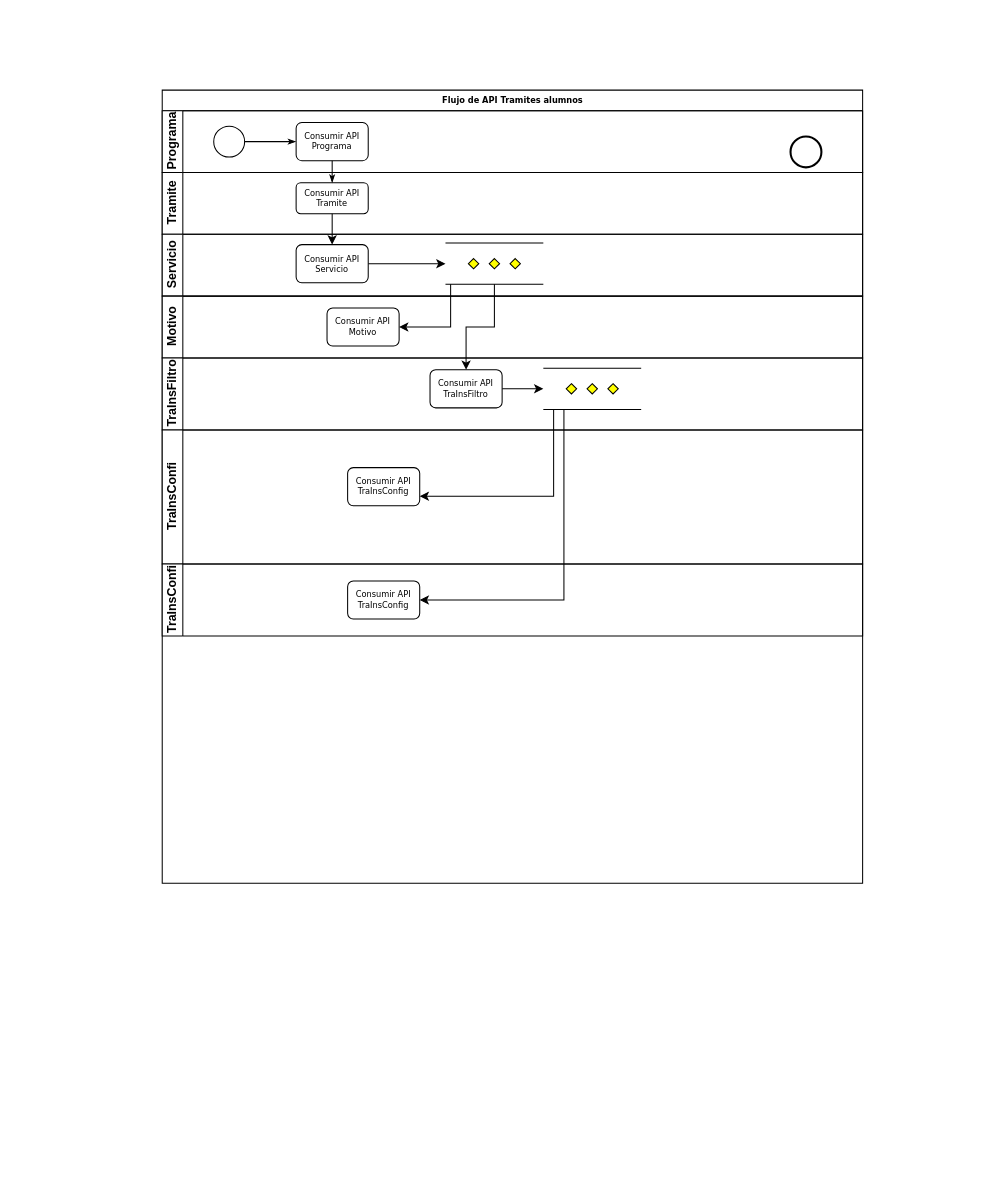
Before: Tramites/Diagrama sin título.drawio in JairGRC/UCV, a draw.io diagram. Source tidied: cells renumbered, new cells numbered last; positions are measured from the earlier drawing's top-left corner, leaving out a move shared by most shapes. Both pictures are drawn from the tidied source at 103%, with x=0, y=0 at pixel (162, 90).
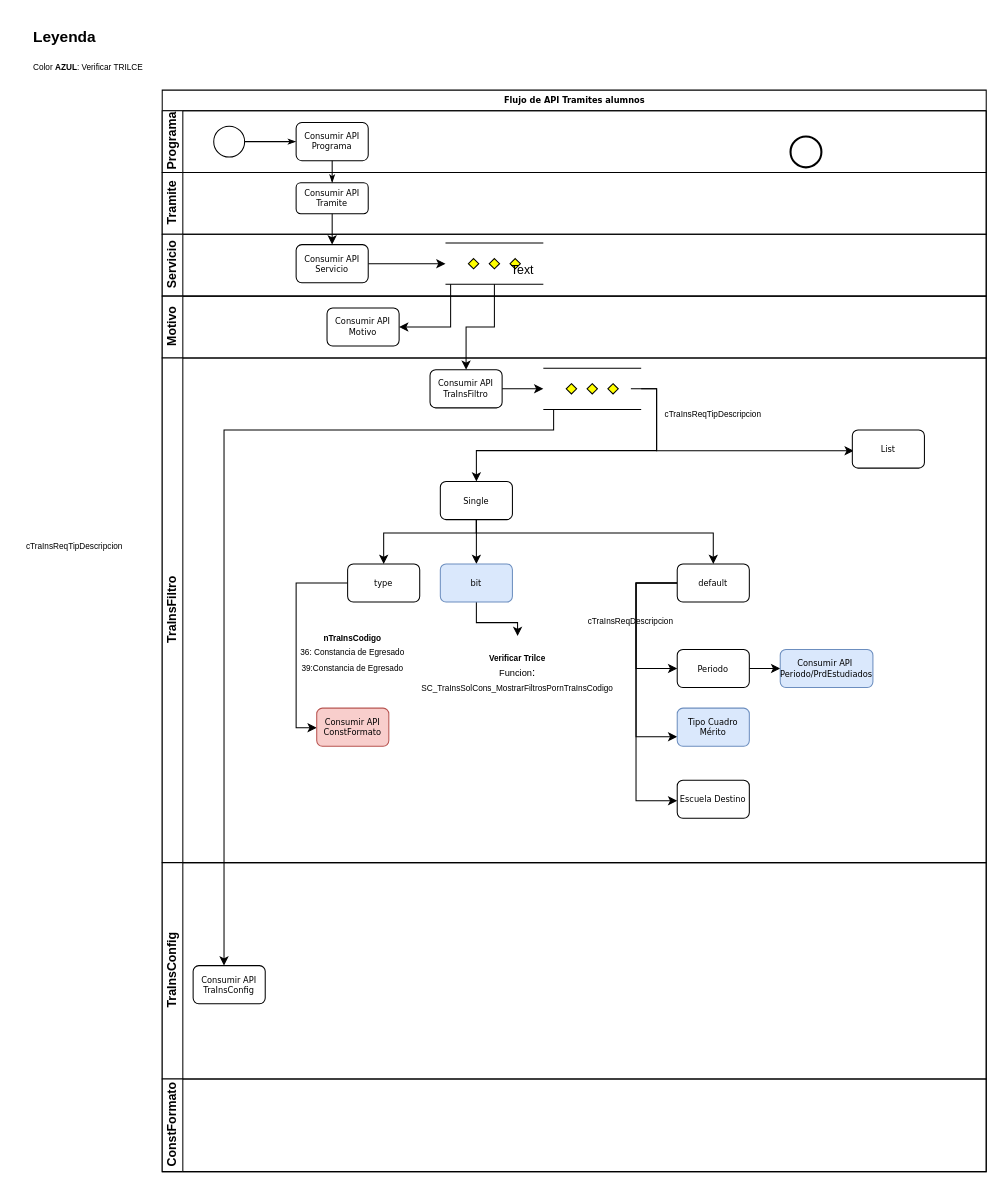
Above is the later version.

Commit message:
Actualizando datos single, list

Unchanged cells that the change refers to:
```xml
<mxCell id="19" style="verticalLabelPosition=bottom;verticalAlign=top;html=1;shape=mxgraph.flowchart.parallel_mode;" parent="16" vertex="1">
  <mxGeometry x="370" y="10" width="95" height="40" as="geometry" />
</mxCell>
```

Diff of the diagram source:
```diff
@@
     <mxCell id="2" value="Flujo de API Tramites alumnos" style="swimlane;html=1;horizontal=1;startSize=20;rounded=0;shadow=0;labelBackgroundColor=none;strokeWidth=1;fontFamily=Verdana;fontSize=8;align=center;" parent="1" vertex="1">
-      <mxGeometry width="680" height="770" as="geometry" />
+      <mxGeometry width="800" height="1050" as="geometry" />
     </mxCell>
     <mxCell id="3" value="Programa" style="swimlane;html=1;startSize=20;horizontal=0;" parent="2" vertex="1">
-      <mxGeometry y="20" width="680" height="60" as="geometry" />
+      <mxGeometry y="20" width="800" height="60" as="geometry" />
     </mxCell>
@@
     <mxCell id="8" value="Tramite" style="swimlane;html=1;startSize=20;horizontal=0;" parent="2" vertex="1">
-      <mxGeometry y="80" width="680" height="60" as="geometry" />
+      <mxGeometry y="80" width="800" height="60" as="geometry" />
     </mxCell>
@@
     <mxCell id="10" value="Servicio" style="swimlane;html=1;startSize=20;horizontal=0;" parent="2" vertex="1">
-      <mxGeometry y="140" width="680" height="60" as="geometry" />
+      <mxGeometry y="140" width="800" height="60" as="geometry" />
     </mxCell>
@@
     <mxCell id="14" value="Motivo" style="swimlane;html=1;startSize=20;horizontal=0;" parent="2" vertex="1">
-      <mxGeometry y="200" width="680" height="60" as="geometry" />
+      <mxGeometry y="200" width="800" height="60" as="geometry" />
     </mxCell>
@@
     <mxCell id="16" value="TraInsFiltro&lt;br&gt;" style="swimlane;html=1;startSize=20;horizontal=0;" parent="2" vertex="1">
-      <mxGeometry y="260" width="680" height="70" as="geometry" />
+      <mxGeometry y="260" width="800" height="490" as="geometry" />
     </mxCell>
@@
+    <mxCell id="30" style="edgeStyle=orthogonalEdgeStyle;rounded=0;jettySize=auto;html=1;" parent="16" edge="1" source="19" target="35">
+      <mxGeometry relative="1" as="geometry">
+        <Array as="points">
+          <mxPoint x="480" y="30" />
+          <mxPoint x="480" y="90" />
+          <mxPoint x="305" y="90" />
+        </Array>
+      </mxGeometry>
+    </mxCell>
+    <mxCell id="31" style="edgeStyle=orthogonalEdgeStyle;rounded=0;jettySize=auto;html=1;entryX=0.02;entryY=0.543;entryDx=0;entryDy=0;entryPerimeter=0;" parent="16" edge="1" target="36">
+      <mxGeometry relative="1" as="geometry">
+        <mxPoint x="455" y="30" as="sourcePoint" />
+        <Array as="points">
+          <mxPoint x="480" y="30" />
+          <mxPoint x="480" y="90" />
+        </Array>
+      </mxGeometry>
+    </mxCell>
@@
+    <mxCell id="32" style="edgeStyle=orthogonalEdgeStyle;rounded=0;jettySize=auto;html=1;" parent="16" edge="1" source="35" target="41">
+      <mxGeometry relative="1" as="geometry" />
+    </mxCell>
+    <mxCell id="33" style="edgeStyle=orthogonalEdgeStyle;rounded=0;jettySize=auto;html=1;entryX=0.5;entryY=0;entryDx=0;entryDy=0;" parent="16" edge="1" source="35" target="39">
+      <mxGeometry relative="1" as="geometry">
+        <Array as="points">
+          <mxPoint x="305" y="170" />
+          <mxPoint x="215" y="170" />
+        </Array>
+      </mxGeometry>
+    </mxCell>
+    <mxCell id="34" style="edgeStyle=orthogonalEdgeStyle;rounded=0;jettySize=auto;html=1;entryX=0.5;entryY=0;entryDx=0;entryDy=0;" parent="16" edge="1" source="35" target="45">
+      <mxGeometry relative="1" as="geometry">
+        <Array as="points">
+          <mxPoint x="305" y="170" />
+          <mxPoint x="535" y="170" />
+        </Array>
+      </mxGeometry>
+    </mxCell>
+    <mxCell id="35" value="Single" style="rounded=1;whiteSpace=wrap;html=1;shadow=0;labelBackgroundColor=none;strokeWidth=1;fontFamily=Verdana;fontSize=8;align=center;" parent="16" vertex="1">
+      <mxGeometry x="270" y="120" width="70" height="37" as="geometry" />
+    </mxCell>
+    <mxCell id="36" value="List" style="rounded=1;whiteSpace=wrap;html=1;shadow=0;labelBackgroundColor=none;strokeWidth=1;fontFamily=Verdana;fontSize=8;align=center;" parent="16" vertex="1">
+      <mxGeometry x="670" y="70" width="70" height="37" as="geometry" />
+    </mxCell>
+    <mxCell id="37" value="&lt;font style=&quot;font-size: 8px;&quot;&gt;cTraInsReqTipDescripcion&lt;/font&gt;" style="text;html=1;strokeColor=none;fillColor=none;align=center;verticalAlign=middle;whiteSpace=wrap;rounded=0;" parent="16" vertex="1">
+      <mxGeometry x="480" y="48.5" width="110" height="10" as="geometry" />
+    </mxCell>
+    <mxCell id="38" style="edgeStyle=orthogonalEdgeStyle;rounded=0;jettySize=auto;html=1;" parent="16" edge="1" source="39" target="23">
+      <mxGeometry relative="1" as="geometry">
+        <Array as="points">
+          <mxPoint x="130" y="219" />
+          <mxPoint x="130" y="359" />
+        </Array>
+      </mxGeometry>
+    </mxCell>
+    <mxCell id="39" value="type" style="rounded=1;whiteSpace=wrap;html=1;shadow=0;labelBackgroundColor=none;strokeWidth=1;fontFamily=Verdana;fontSize=8;align=center;" parent="16" vertex="1">
+      <mxGeometry x="180" y="200" width="70" height="37" as="geometry" />
+    </mxCell>
+    <mxCell id="40" style="edgeStyle=orthogonalEdgeStyle;rounded=0;jettySize=auto;html=1;" parent="16" edge="1" source="41" target="47">
+      <mxGeometry relative="1" as="geometry" />
+    </mxCell>
+    <mxCell id="41" value="bit" style="rounded=1;whiteSpace=wrap;html=1;shadow=0;labelBackgroundColor=none;strokeWidth=1;fontFamily=Verdana;fontSize=8;align=center;fillColor=#dae8fc;strokeColor=#6c8ebf;" parent="16" vertex="1">
+      <mxGeometry x="270" y="200" width="70" height="37" as="geometry" />
+    </mxCell>
+    <mxCell id="42" style="edgeStyle=orthogonalEdgeStyle;rounded=0;jettySize=auto;html=1;entryX=0;entryY=0.5;entryDx=0;entryDy=0;" parent="16" edge="1" source="45" target="49">
+      <mxGeometry relative="1" as="geometry">
+        <Array as="points">
+          <mxPoint x="460" y="219" />
+          <mxPoint x="460" y="301" />
+        </Array>
+      </mxGeometry>
+    </mxCell>
+    <mxCell id="43" style="edgeStyle=orthogonalEdgeStyle;rounded=0;jettySize=auto;html=1;" parent="16" edge="1" source="45" target="52">
+      <mxGeometry relative="1" as="geometry">
+        <Array as="points">
+          <mxPoint x="460" y="219" />
+          <mxPoint x="460" y="430" />
+        </Array>
+      </mxGeometry>
+    </mxCell>
+    <mxCell id="44" style="edgeStyle=orthogonalEdgeStyle;rounded=0;jettySize=auto;html=1;entryX=0;entryY=0.75;entryDx=0;entryDy=0;" parent="16" edge="1" source="45" target="51">
+      <mxGeometry relative="1" as="geometry">
+        <Array as="points">
+          <mxPoint x="460" y="219" />
+          <mxPoint x="460" y="368" />
+        </Array>
+      </mxGeometry>
+    </mxCell>
+    <mxCell id="45" value="default" style="rounded=1;whiteSpace=wrap;html=1;shadow=0;labelBackgroundColor=none;strokeWidth=1;fontFamily=Verdana;fontSize=8;align=center;" parent="16" vertex="1">
+      <mxGeometry x="500" y="200" width="70" height="37" as="geometry" />
+    </mxCell>
+    <mxCell id="46" value="&lt;font style=&quot;font-size: 8px;&quot;&gt;&lt;b&gt;nTraInsCodigo&lt;/b&gt;&lt;br&gt;36:&amp;nbsp;Constancia de Egresado&lt;br&gt;39:Constancia de Egresado&lt;br&gt;&lt;/font&gt;" style="text;html=1;strokeColor=none;fillColor=none;align=center;verticalAlign=middle;whiteSpace=wrap;rounded=0;" parent="16" vertex="1">
+      <mxGeometry x="130" y="250" width="110" height="70" as="geometry" />
+    </mxCell>
+    <mxCell id="23" value="Consumir API ConstFormato" style="rounded=1;whiteSpace=wrap;html=1;shadow=0;labelBackgroundColor=none;strokeWidth=1;fontFamily=Verdana;fontSize=8;align=center;fillColor=#f8cecc;strokeColor=#b85450;" parent="16" vertex="1">
+      <mxGeometry x="150" y="340" width="70" height="37" as="geometry" />
+    </mxCell>
+    <mxCell id="47" value="&lt;font style=&quot;&quot;&gt;&lt;b style=&quot;font-size: 8px;&quot;&gt;Verificar Trilce&lt;br&gt;&lt;/b&gt;&lt;font style=&quot;font-size: 9px;&quot;&gt;Funcion&lt;/font&gt;&lt;span style=&quot;font-size: 11px;&quot;&gt;:&lt;/span&gt;&lt;br&gt;&lt;span style=&quot;font-size: 8px;&quot;&gt;SC_TraInsSolCons_MostrarFiltrosPornTraInsCodigo&lt;/span&gt;&lt;br&gt;&lt;/font&gt;" style="text;html=1;strokeColor=none;fillColor=none;align=center;verticalAlign=middle;whiteSpace=wrap;rounded=0;" parent="16" vertex="1">
+      <mxGeometry x="250" y="270" width="190" height="70" as="geometry" />
+    </mxCell>
+    <mxCell id="48" style="edgeStyle=orthogonalEdgeStyle;rounded=0;jettySize=auto;html=1;" parent="16" edge="1" source="49" target="53">
+      <mxGeometry relative="1" as="geometry" />
+    </mxCell>
+    <mxCell id="49" value="Periodo" style="rounded=1;whiteSpace=wrap;html=1;shadow=0;labelBackgroundColor=none;strokeWidth=1;fontFamily=Verdana;fontSize=8;align=center;" parent="16" vertex="1">
+      <mxGeometry x="500" y="283" width="70" height="37" as="geometry" />
+    </mxCell>
+    <mxCell id="50" value="&lt;font style=&quot;font-size: 8px;&quot;&gt;cTraInsReqDescripcion&lt;/font&gt;" style="text;html=1;strokeColor=none;fillColor=none;align=center;verticalAlign=middle;whiteSpace=wrap;rounded=0;" parent="16" vertex="1">
+      <mxGeometry x="400" y="250" width="110" height="10" as="geometry" />
+    </mxCell>
+    <mxCell id="51" value="Tipo Cuadro Mérito" style="rounded=1;whiteSpace=wrap;html=1;shadow=0;labelBackgroundColor=none;strokeWidth=1;fontFamily=Verdana;fontSize=8;align=center;fillColor=#dae8fc;strokeColor=#6c8ebf;" parent="16" vertex="1">
+      <mxGeometry x="500" y="340" width="70" height="37" as="geometry" />
+    </mxCell>
+    <mxCell id="52" value="Escuela Destino" style="rounded=1;whiteSpace=wrap;html=1;shadow=0;labelBackgroundColor=none;strokeWidth=1;fontFamily=Verdana;fontSize=8;align=center;" parent="16" vertex="1">
+      <mxGeometry x="500" y="410" width="70" height="37" as="geometry" />
+    </mxCell>
+    <mxCell id="53" value="Consumir API&amp;nbsp;&lt;br&gt;Periodo/PrdEstudiados" style="rounded=1;whiteSpace=wrap;html=1;shadow=0;labelBackgroundColor=none;strokeWidth=1;fontFamily=Verdana;fontSize=8;align=center;fillColor=#dae8fc;strokeColor=#6c8ebf;" parent="16" vertex="1">
+      <mxGeometry x="600" y="283" width="90" height="37" as="geometry" />
+    </mxCell>
-    <mxCell id="20" value="TraInsConfi" style="swimlane;html=1;startSize=20;horizontal=0;" parent="2" vertex="1">
-      <mxGeometry y="330" width="680" height="130" as="geometry" />
+    <mxCell id="20" value="TraInsConfig" style="swimlane;html=1;startSize=20;horizontal=0;" parent="2" vertex="1">
+      <mxGeometry y="750" width="800" height="210" as="geometry" />
     </mxCell>
     <mxCell id="21" value="Consumir API TraInsConfig" style="rounded=1;whiteSpace=wrap;html=1;shadow=0;labelBackgroundColor=none;strokeWidth=1;fontFamily=Verdana;fontSize=8;align=center;" parent="20" vertex="1">
-      <mxGeometry x="180" y="36.5" width="70" height="37" as="geometry" />
+      <mxGeometry x="30" y="100" width="70" height="37" as="geometry" />
     </mxCell>
-    <mxCell id="22" value="TraInsConfi" style="swimlane;html=1;startSize=20;horizontal=0;" parent="2" vertex="1">
-      <mxGeometry y="460" width="680" height="70" as="geometry" />
+    <mxCell id="22" value="ConstFormato" style="swimlane;html=1;startSize=20;horizontal=0;" parent="2" vertex="1">
+      <mxGeometry y="960" width="800" height="90" as="geometry" />
     </mxCell>
-    <mxCell id="23" value="Consumir API TraInsConfig" style="rounded=1;whiteSpace=wrap;html=1;shadow=0;labelBackgroundColor=none;strokeWidth=1;fontFamily=Verdana;fontSize=8;align=center;" parent="22" vertex="1">
-      <mxGeometry x="180" y="16.5" width="70" height="37" as="geometry" />
-    </mxCell>
@@
-    <mxCell id="28" style="edgeStyle=orthogonalEdgeStyle;rounded=0;jettySize=auto;html=1;entryX=1;entryY=0.75;entryDx=0;entryDy=0;" parent="2" edge="1" source="19" target="21">
+    <mxCell id="28" style="edgeStyle=orthogonalEdgeStyle;rounded=0;jettySize=auto;html=1;" parent="2" edge="1" source="19" target="21">
       <mxGeometry relative="1" as="geometry">
         <Array as="points">
-          <mxPoint x="380" y="394" />
+          <mxPoint x="380" y="330" />
+          <mxPoint x="60" y="330" />
         </Array>
       </mxGeometry>
     </mxCell>
-    <mxCell id="29" style="edgeStyle=orthogonalEdgeStyle;rounded=0;jettySize=auto;html=1;entryX=1;entryY=0.5;entryDx=0;entryDy=0;" parent="2" edge="1" source="19" target="23">
-      <mxGeometry relative="1" as="geometry">
-        <Array as="points">
-          <mxPoint x="390" y="495" />
-        </Array>
-      </mxGeometry>
-    </mxCell>
+    <mxCell id="54" value="&lt;font style=&quot;font-size: 8px;&quot;&gt;cTraInsReqTipDescripcion&lt;/font&gt;" style="text;html=1;strokeColor=none;fillColor=none;align=center;verticalAlign=middle;whiteSpace=wrap;rounded=0;" parent="1" vertex="1">
+      <mxGeometry x="-140" y="437" width="110" height="10" as="geometry" />
+    </mxCell>
+    <mxCell id="55" value="Text" style="text;html=1;strokeColor=none;fillColor=none;align=center;verticalAlign=middle;whiteSpace=wrap;rounded=0;" parent="1" vertex="1">
+      <mxGeometry x="320" y="160" width="60" height="30" as="geometry" />
+    </mxCell>
+    <mxCell id="56" value="&lt;h1 style=&quot;font-size: 15px;&quot;&gt;&lt;font style=&quot;font-size: 15px;&quot;&gt;Leyenda&lt;/font&gt;&lt;/h1&gt;&lt;p style=&quot;&quot;&gt;&lt;font style=&quot;font-size: 8px;&quot;&gt;Color &lt;b&gt;AZUL&lt;/b&gt;: Verificar TRILCE&lt;/font&gt;&lt;/p&gt;" style="text;html=1;strokeColor=none;fillColor=none;spacing=5;spacingTop=-20;whiteSpace=wrap;overflow=hidden;rounded=0;" parent="1" vertex="1">
+      <mxGeometry x="-130" y="-60" width="120" height="70" as="geometry" />
+    </mxCell>
```
